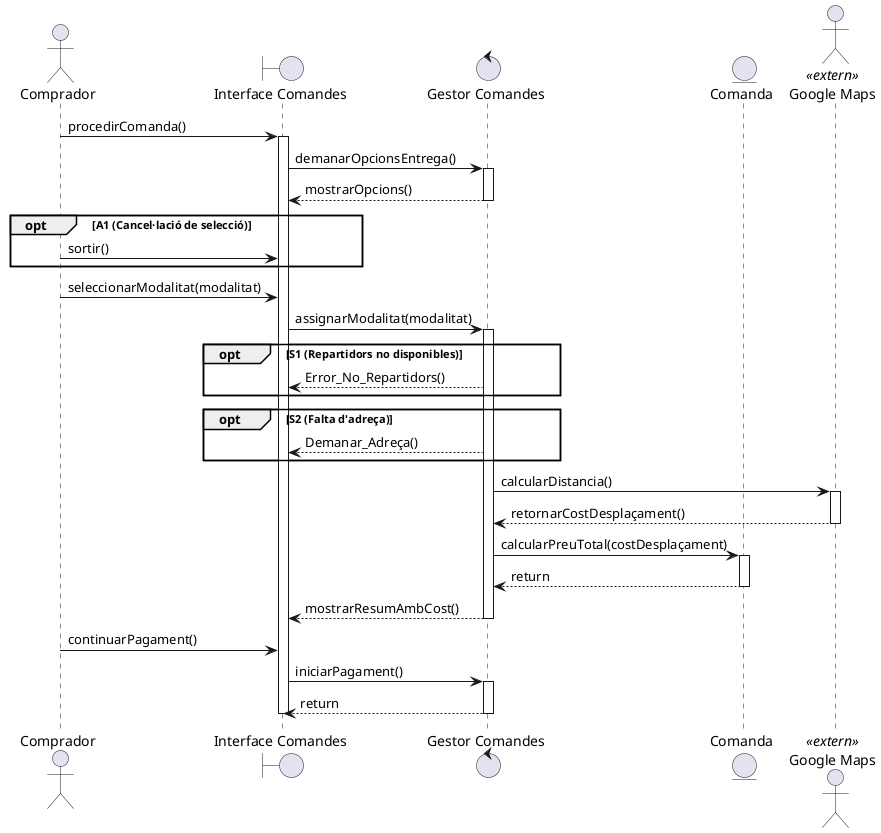
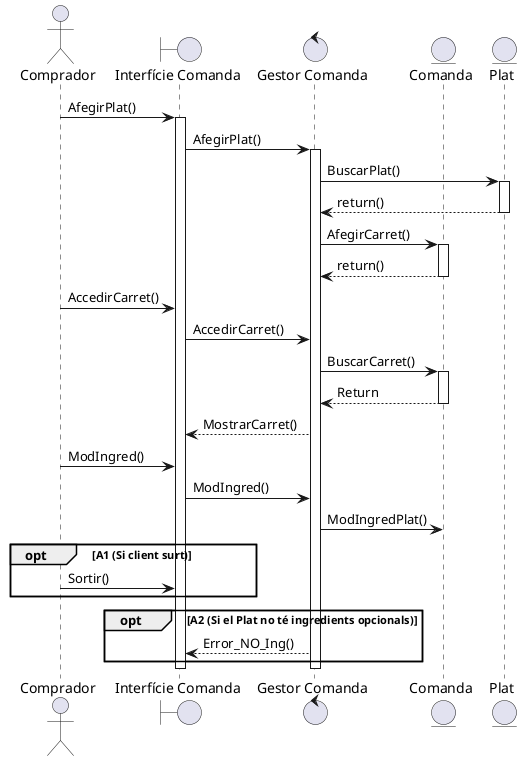
@startuml
actor Comprador
- boundary "Interface Comandes"
- control "Gestor Comandes"
+ boundary "Interfície Comanda"
+ control "Gestor Comanda"
entity Comanda
- actor "Google Maps" <<extern>>
+ entity Plat

- ' --- 1 i 2. ACCEDIR A SELECCIÓ ---
- Comprador -> "Interface Comandes" : procedirComanda()
- activate "Interface Comandes"
+ ' --- AFEGIR PLAT ---
+ Comprador -> "Interfície Comanda" : AfegirPlat()
+ activate "Interfície Comanda"

- "Interface Comandes" -> "Gestor Comandes" : demanarOpcionsEntrega()
- activate "Gestor Comandes"
+ "Interfície Comanda" -> "Gestor Comanda" : AfegirPlat()
+ activate "Gestor Comanda"

- "Gestor Comandes" --> "Interface Comandes" : mostrarOpcions()
- deactivate "Gestor Comandes"
+ "Gestor Comanda" -> Plat : BuscarPlat()
+ activate Plat
+ Plat --> "Gestor Comanda" : return()
+ deactivate Plat

- ' --- A1. CANCEL·LACIÓ (Pot passar en qualsevol moment) ---
- opt A1 (Cancel·lació de selecció)
-     Comprador -> "Interface Comandes" : sortir()
+ "Gestor Comanda" -> Comanda : AfegirCarret()
+ activate Comanda
+ Comanda --> "Gestor Comanda" : return()
+ deactivate Comanda
+ 
+ ' --- ACCEDIR CARRET ---
+ Comprador -> "Interfície Comanda" : AccedirCarret()
+ 
+ "Interfície Comanda" -> "Gestor Comanda" : AccedirCarret()
+ 
+ "Gestor Comanda" -> Comanda : BuscarCarret()
+ activate Comanda
+ Comanda --> "Gestor Comanda" : Return
+ deactivate Comanda
+ 
+ "Gestor Comanda" --> "Interfície Comanda" : MostrarCarret()
+ 
+ ' --- MODIFICAR INGREDIENTS ---
+ Comprador -> "Interfície Comanda" : ModIngred()
+ 
+ "Interfície Comanda" -> "Gestor Comanda" : ModIngred()
+ 
+ "Gestor Comanda" -> Comanda : ModIngredPlat()
+ 
+ ' --- A1: CANCEL·LACIÓ ---
+ opt A1 (Si client surt)
+     Comprador -> "Interfície Comanda" : Sortir()
end

- ' --- 3. SELECCIONAR MODALITAT ---
- Comprador -> "Interface Comandes" : seleccionarModalitat(modalitat)
- 
- "Interface Comandes" -> "Gestor Comandes" : assignarModalitat(modalitat)
- activate "Gestor Comandes"
- 
- ' --- S1. REPARTIDORS NO DISPONIBLES ---
- opt S1 (Repartidors no disponibles)
-     "Gestor Comandes" --> "Interface Comandes" : Error_No_Repartidors()
+ ' --- A2: ERROR INGREDIENTS ---
+ opt A2 (Si el Plat no té ingredients opcionals)
+     "Gestor Comanda" --> "Interfície Comanda" : Error_NO_Ing()
end

- ' --- S2. FALTA D'ADREÇA ---
- opt S2 (Falta d'adreça)
-     "Gestor Comandes" --> "Interface Comandes" : Demanar_Adreça()
- end
- 
- ' --- CONNEXIÓ AMB GOOGLE MAPS I CÀLCUL DE PREU ---
- "Gestor Comandes" -> "Google Maps" : calcularDistancia()
- activate "Google Maps"
- 
- "Google Maps" --> "Gestor Comandes" : retornarCostDesplaçament()
- deactivate "Google Maps"
- 
- "Gestor Comandes" -> Comanda : calcularPreuTotal(costDesplaçament)
- activate Comanda
- 
- Comanda --> "Gestor Comandes" : return
- deactivate Comanda
- 
- "Gestor Comandes" --> "Interface Comandes" : mostrarResumAmbCost()
- deactivate "Gestor Comandes"
- 
- ' --- 4. CONTINUAR AL PAGAMENT ---
- Comprador -> "Interface Comandes" : continuarPagament()
- 
- "Interface Comandes" -> "Gestor Comandes" : iniciarPagament()
- activate "Gestor Comandes"
- 
- "Gestor Comandes" --> "Interface Comandes" : return
- deactivate "Gestor Comandes"
- 
- deactivate "Interface Comandes"
+ deactivate Plat
+ deactivate "Gestor Comanda"
+ deactivate "Interfície Comanda"

@enduml
